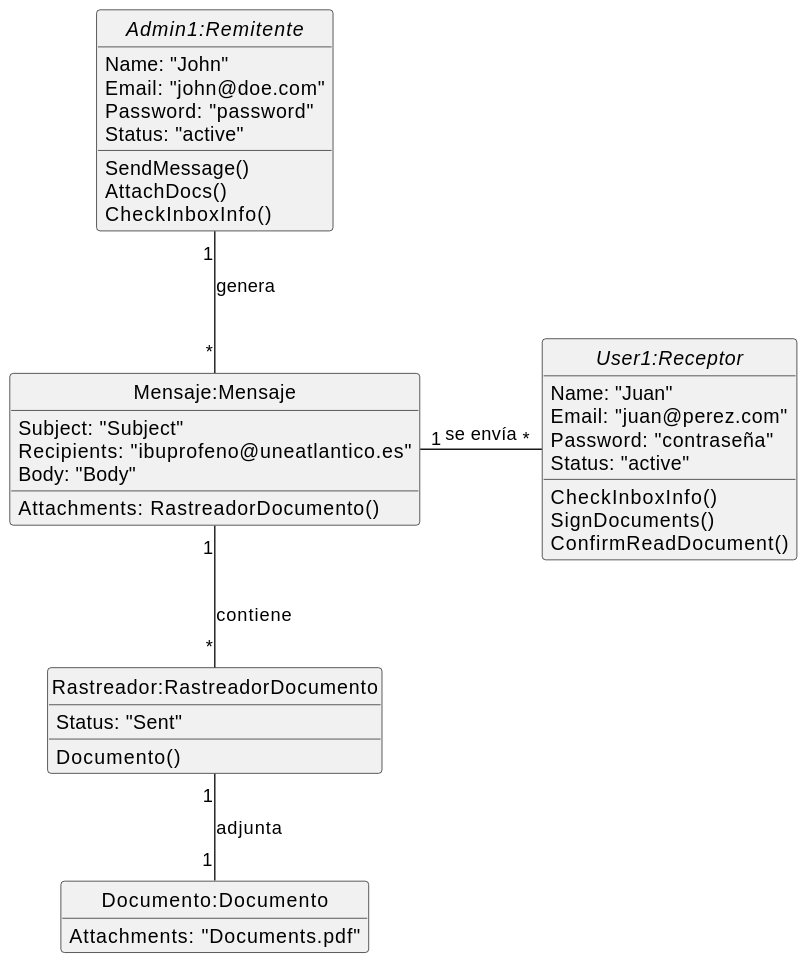
Before: docs/modeloDeDominio/diagramaDeObjetos/diagramaDeObjetosIteracion1.svg, a diagram exported from PlantUML (mmasias/24-25-IdSw1-SDR).
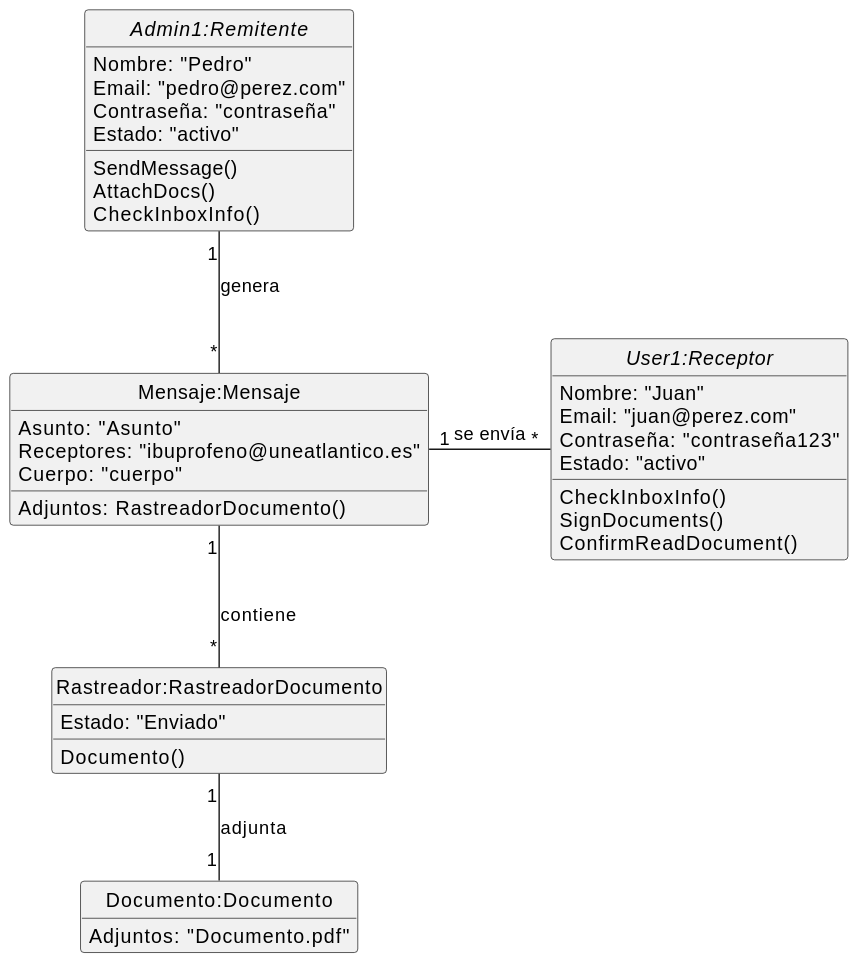
Later version of the same file.

Diff of the diagram source:
```diff
@@ -2,36 +2,36 @@
 hide empty members
 hide circle
 abstract "Admin1:Remitente"{
-    Name: "John"
-    Email: "john@doe.com"
-    Password: "password"
-    Status: "active"
+    Nombre: "Pedro"
+    Email: "pedro@perez.com"
+    Contraseña: "contraseña"
+    Estado: "activo"
     SendMessage()
     AttachDocs()
     CheckInboxInfo()
 }
 
 class "Mensaje:Mensaje"{
-    Subject: "Subject"
-    Recipients: "ibuprofeno@uneatlantico.es"
-    Body: "Body"
-    Attachments: RastreadorDocumento()
+    Asunto: "Asunto"
+    Receptores: "ibuprofeno@uneatlantico.es"
+    Cuerpo: "cuerpo"
+    Adjuntos: RastreadorDocumento()
 }
 
 class "Rastreador:RastreadorDocumento"{
     Documento()
-    Status: "Sent"
+    Estado: "Enviado"
 }
 
 class "Documento:Documento"{
-    Attachments: "Documents.pdf"
+    Adjuntos: "Documento.pdf"
 }
 
 abstract "User1:Receptor"{
-    Name: "Juan"
+    Nombre: "Juan"
     Email: "juan@perez.com"
-    Password: "contraseña"
-    Status: "active"
+    Contraseña: "contraseña123"
+    Estado: "activo"
     CheckInboxInfo()
     SignDocuments()
     ConfirmReadDocument()
```
